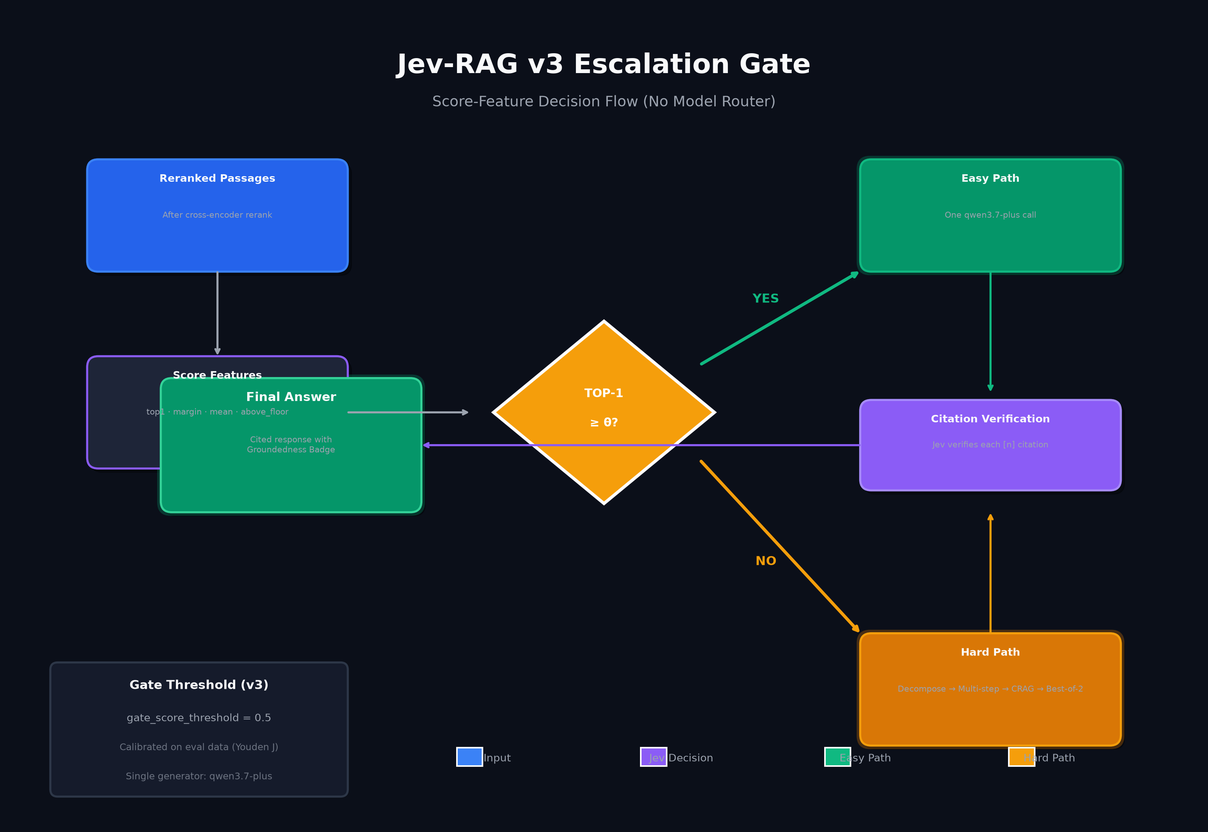
Earlier version of the Mermaid export docs/assets/img/escalation-gate-v2.png (kanishka-namdeo/jev-rag). Its source is kept beside it as docs/assets/img/escalation-gate-v2.mmd. Its diagram source:
```mermaid
%%{init: {'theme': 'dark', 'themeVariables': { 'primaryColor': '#3B82F6', 'primaryTextColor': '#fff', 'primaryBorderColor': '#60A5FA', 'lineColor': '#94A3B8', 'secondaryColor': '#10B981', 'tertiaryColor': '#8B5CF6', 'background': '#0B0F19', 'mainBkg': '#1E293B', 'secondBkg': '#334155' }}}%%
flowchart TB
    START(["Reranked Passages<br/>After cross-encoder rerank"]) --> FEATURES["🔢 Score Features<br/>• top1<br/>• margin<br/>• mean<br/>• above_floor"] --> GATE{"🚦 TOP-1<br/>≥ θ?"}

    GATE -->|"YES ✓"| EASY["✅ Easy Path<br/>One qwen3.7-plus call"]
    GATE -->|"NO ✗"| HARD["⚠️ Hard Path<br/>Decompose → Multi-step → CRAG → Best-of-2"]

    EASY --> VERIFY["🔍 Citation Verification<br/>Jev verifies each [n] citation"]
    HARD --> VERIFY

    VERIFY --> OUTPUT["✅ Final Answer<br/>Cited + Groundedness Badge"]

    subgraph THRESHOLDS["📊 Gate Threshold (v3)"]
        T1["gate_score_threshold = 0.5"]
        T2["calibrated on eval data (Youden J)"]
        T3["single generator: qwen3.7-plus"]
    end

    style START fill:#1E293B,stroke:#3B82F6,stroke-width:2px
    style FEATURES fill:#1E293B,stroke:#8B5CF6,stroke-width:2px
    style GATE fill:#F59E0B,stroke:#FBBF24,stroke-width:3px
    style EASY fill:#059669,stroke:#10B981,stroke-width:2px
    style HARD fill:#D97706,stroke:#F59E0B,stroke-width:2px
    style VERIFY fill:#8B5CF6,stroke:#A78BFA,stroke-width:2px
    style OUTPUT fill:#059669,stroke:#34D399,stroke-width:3px
    style THRESHOLDS fill:#1E293B,stroke:#475569,stroke-width:2px
```
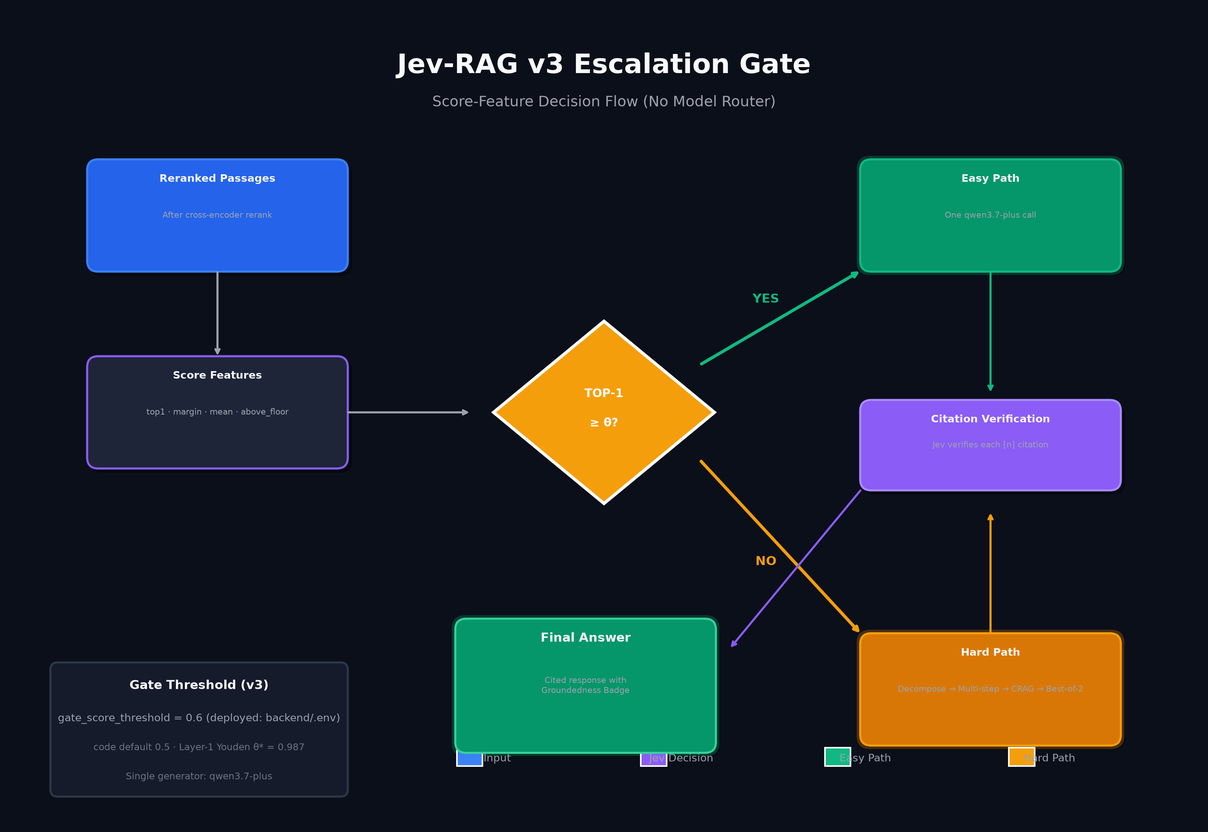
Later version of the same file.

Diff of the diagram source:
```diff
@@ -11,8 +11,8 @@
     VERIFY --> OUTPUT["✅ Final Answer<br/>Cited + Groundedness Badge"]
 
     subgraph THRESHOLDS["📊 Gate Threshold (v3)"]
-        T1["gate_score_threshold = 0.5"]
-        T2["calibrated on eval data (Youden J)"]
+        T1["gate_score_threshold = 0.6 (deployed: backend/.env)"]
+        T2["code default 0.5 · Layer-1 Youden θ* = 0.987"]
         T3["single generator: qwen3.7-plus"]
     end
 
```
